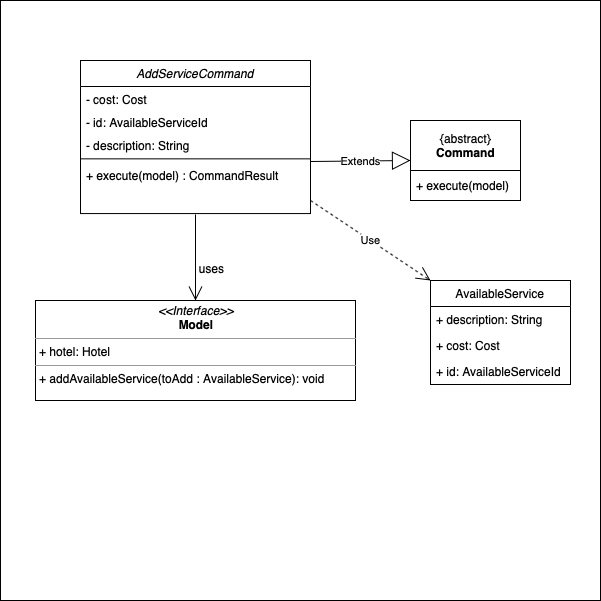
The draw.io diagram images/AddServiceClass.png in AY1920S2-CS2103T-W13-2/main, before a commit. Source tidied: cells renumbered, new cells last; positions are measured from the earlier drawing's top-left corner, leaving out a move shared by most shapes.
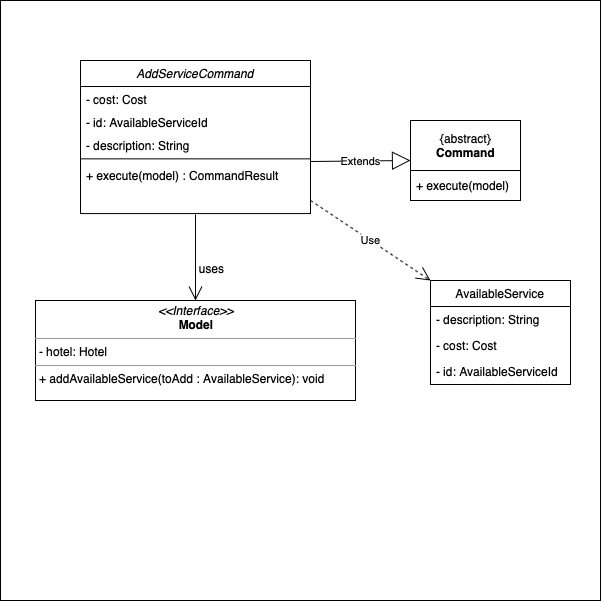
The same file after the commit.

The edit, as a diff of the source:
```diff
@@ -19,19 +19,19 @@
         <mxPoint x="10" y="14" as="offset" />
       </mxGeometry>
     </mxCell>
-    <mxCell id="6" value="&lt;p style=&quot;margin: 0px ; margin-top: 4px ; text-align: center&quot;&gt;&lt;i&gt;&amp;lt;&amp;lt;Interface&amp;gt;&amp;gt;&lt;/i&gt;&lt;br&gt;&lt;b&gt;Model&lt;/b&gt;&lt;/p&gt;&lt;hr size=&quot;1&quot;&gt;&lt;p style=&quot;margin: 0px ; margin-left: 4px&quot;&gt;+ hotel: Hotel&lt;br&gt;&lt;/p&gt;&lt;hr size=&quot;1&quot;&gt;&lt;p style=&quot;margin: 0px ; margin-left: 4px&quot;&gt;+ addAvailableService(toAdd : AvailableService): void&lt;br&gt;&lt;/p&gt;" style="verticalAlign=top;align=left;overflow=fill;fontSize=12;fontFamily=Helvetica;html=1;" parent="1" vertex="1">
+    <mxCell id="6" value="&lt;p style=&quot;margin: 0px ; margin-top: 4px ; text-align: center&quot;&gt;&lt;i&gt;&amp;lt;&amp;lt;Interface&amp;gt;&amp;gt;&lt;/i&gt;&lt;br&gt;&lt;b&gt;Model&lt;/b&gt;&lt;/p&gt;&lt;hr size=&quot;1&quot;&gt;&lt;p style=&quot;margin: 0px ; margin-left: 4px&quot;&gt;- hotel: Hotel&lt;br&gt;&lt;/p&gt;&lt;hr size=&quot;1&quot;&gt;&lt;p style=&quot;margin: 0px ; margin-left: 4px&quot;&gt;+ addAvailableService(toAdd : AvailableService): void&lt;br&gt;&lt;/p&gt;" style="verticalAlign=top;align=left;overflow=fill;fontSize=12;fontFamily=Helvetica;html=1;" parent="1" vertex="1">
       <mxGeometry x="35" y="300" width="320" height="100" as="geometry" />
     </mxCell>
     <mxCell id="7" value="AvailableService" style="swimlane;fontStyle=0;horizontal=1;startSize=26;fillColor=none;" parent="1" vertex="1">
       <mxGeometry x="430" y="280" width="140" height="104" as="geometry" />
     </mxCell>
-    <mxCell id="8" value="+ description: String" style="text;strokeColor=none;fillColor=none;align=left;verticalAlign=top;spacingLeft=4;spacingRight=4;overflow=hidden;" parent="7" vertex="1">
+    <mxCell id="8" value="- description: String" style="text;strokeColor=none;fillColor=none;align=left;verticalAlign=top;spacingLeft=4;spacingRight=4;overflow=hidden;" parent="7" vertex="1">
       <mxGeometry y="26" width="140" height="26" as="geometry" />
     </mxCell>
-    <mxCell id="9" value="+ cost: Cost" style="text;strokeColor=none;fillColor=none;align=left;verticalAlign=top;spacingLeft=4;spacingRight=4;overflow=hidden;" parent="7" vertex="1">
+    <mxCell id="9" value="- cost: Cost" style="text;strokeColor=none;fillColor=none;align=left;verticalAlign=top;spacingLeft=4;spacingRight=4;overflow=hidden;" parent="7" vertex="1">
       <mxGeometry y="52" width="140" height="26" as="geometry" />
     </mxCell>
-    <mxCell id="10" value="+ id: AvailableServiceId" style="text;strokeColor=none;fillColor=none;align=left;verticalAlign=top;spacingLeft=4;spacingRight=4;overflow=hidden;" parent="7" vertex="1">
+    <mxCell id="10" value="- id: AvailableServiceId" style="text;strokeColor=none;fillColor=none;align=left;verticalAlign=top;spacingLeft=4;spacingRight=4;overflow=hidden;" parent="7" vertex="1">
       <mxGeometry y="78" width="140" height="26" as="geometry" />
     </mxCell>
     <mxCell id="11" value="Use" style="endArrow=open;endSize=12;dashed=1;html=1;entryX=0;entryY=0;entryDx=0;entryDy=0;" parent="1" edge="1" target="7">
```
